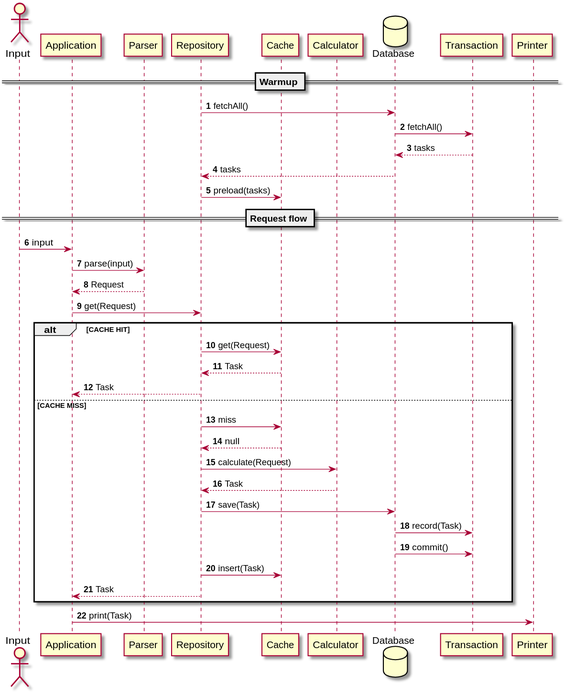
This is docs/sequence.svg from litcxx/calculator, a PlantUML export, as it was before one commit. The source it was exported from:
```plantuml
@startuml
autonumber

actor Input
participant Application
participant Parser
participant Repository
participant Cache
participant Calculator
database Database
participant Transaction
participant Printer

== Warmup ==
Repository -> Database : fetchAll()
Database -> Transaction : fetchAll()
Transaction --> Database : tasks
Database --> Repository : tasks
Repository -> Cache : preload(tasks)

== Request flow ==
Input -> Application : input
Application -> Parser : parse(input)
Parser --> Application : Request

Application -> Repository : get(Request)

alt CACHE HIT
    Repository -> Cache : get(Request)
    Cache --> Repository : Task
    Repository --> Application : Task
else CACHE MISS
    Repository -> Cache : miss
    Cache --> Repository : null

    Repository -> Calculator : calculate(Request)
    Calculator --> Repository : Task

    Repository -> Database : save(Task)
    Database -> Transaction : record(Task)
    Database -> Transaction : commit()

    Repository -> Cache : insert(Task)
    Repository --> Application : Task
end

Application -> Printer : print(Task)

@enduml
```
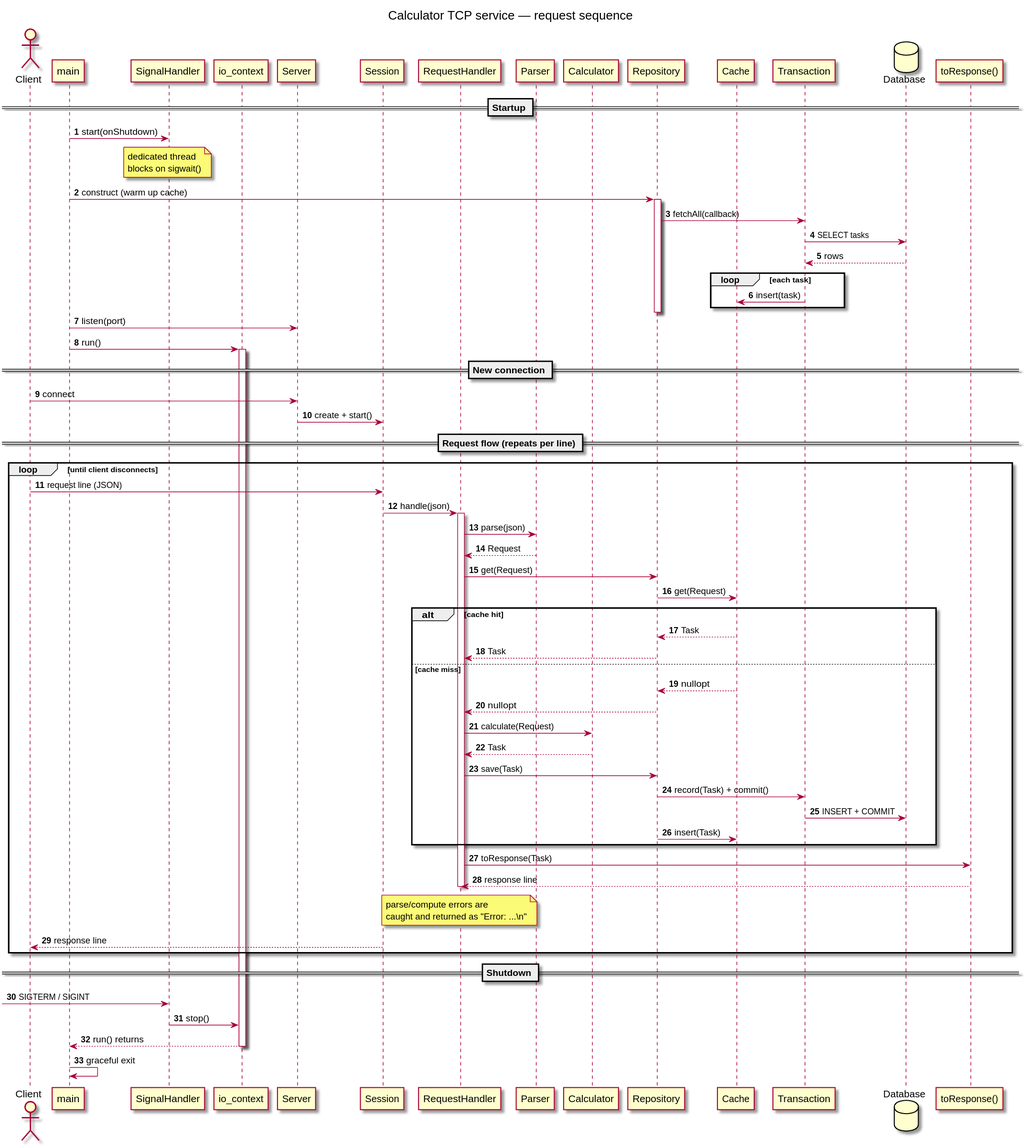
After the change.

Commit message:
docs: update class and sequence diagrams for the TCP service

What changed in the source:
```diff
@@ -1,49 +1,79 @@
 @startuml
+title Calculator TCP service — request sequence
 autonumber
 
-actor Input
-participant Application
+actor Client
+participant main
+participant SignalHandler
+participant "io_context" as IO
+participant Server
+participant Session
+participant RequestHandler as Handler
 participant Parser
+participant Calculator
 participant Repository
 participant Cache
-participant Calculator
+participant Transaction
 database Database
-participant Transaction
-participant Printer
+participant "toResponse()" as Response
 
-== Warmup ==
-Repository -> Database : fetchAll()
-Database -> Transaction : fetchAll()
-Transaction --> Database : tasks
-Database --> Repository : tasks
-Repository -> Cache : preload(tasks)
+== Startup ==
+main -> SignalHandler : start(onShutdown)
+note over SignalHandler : dedicated thread\nblocks on sigwait()
+main -> Repository : construct (warm up cache)
+activate Repository
+Repository -> Transaction : fetchAll(callback)
+Transaction -> Database : SELECT tasks
+Database --> Transaction : rows
+loop each task
+  Transaction -> Cache : insert(task)
+end
+deactivate Repository
+main -> Server : listen(port)
+main -> IO : run()
+activate IO
 
-== Request flow ==
-Input -> Application : input
-Application -> Parser : parse(input)
-Parser --> Application : Request
+== New connection ==
+Client -> Server : connect
+Server -> Session : create + start()
 
-Application -> Repository : get(Request)
+== Request flow (repeats per line) ==
+loop until client disconnects
+  Client -> Session : request line (JSON)
+  Session -> Handler : handle(json)
+  activate Handler
 
-alt CACHE HIT
-    Repository -> Cache : get(Request)
-    Cache --> Repository : Task
-    Repository --> Application : Task
-else CACHE MISS
-    Repository -> Cache : miss
-    Cache --> Repository : null
+  Handler -> Parser : parse(json)
+  Parser --> Handler : Request
 
-    Repository -> Calculator : calculate(Request)
-    Calculator --> Repository : Task
+  Handler -> Repository : get(Request)
+  Repository -> Cache : get(Request)
 
-    Repository -> Database : save(Task)
-    Database -> Transaction : record(Task)
-    Database -> Transaction : commit()
+  alt cache hit
+      Cache --> Repository : Task
+      Repository --> Handler : Task
+  else cache miss
+      Cache --> Repository : nullopt
+      Repository --> Handler : nullopt
+      Handler -> Calculator : calculate(Request)
+      Calculator --> Handler : Task
+      Handler -> Repository : save(Task)
+      Repository -> Transaction : record(Task) + commit()
+      Transaction -> Database : INSERT + COMMIT
+      Repository -> Cache : insert(Task)
+  end
 
-    Repository -> Cache : insert(Task)
-    Repository --> Application : Task
+  Handler -> Response : toResponse(Task)
+  Response --> Handler : response line
+  note over Handler : parse/compute errors are\ncaught and returned as "Error: ...\\n"
+  deactivate Handler
+  Session --> Client : response line
 end
 
-Application -> Printer : print(Task)
-
+== Shutdown ==
+[-> SignalHandler : SIGTERM / SIGINT
+SignalHandler -> IO : stop()
+IO --> main : run() returns
+deactivate IO
+main -> main : graceful exit
 @enduml
```
